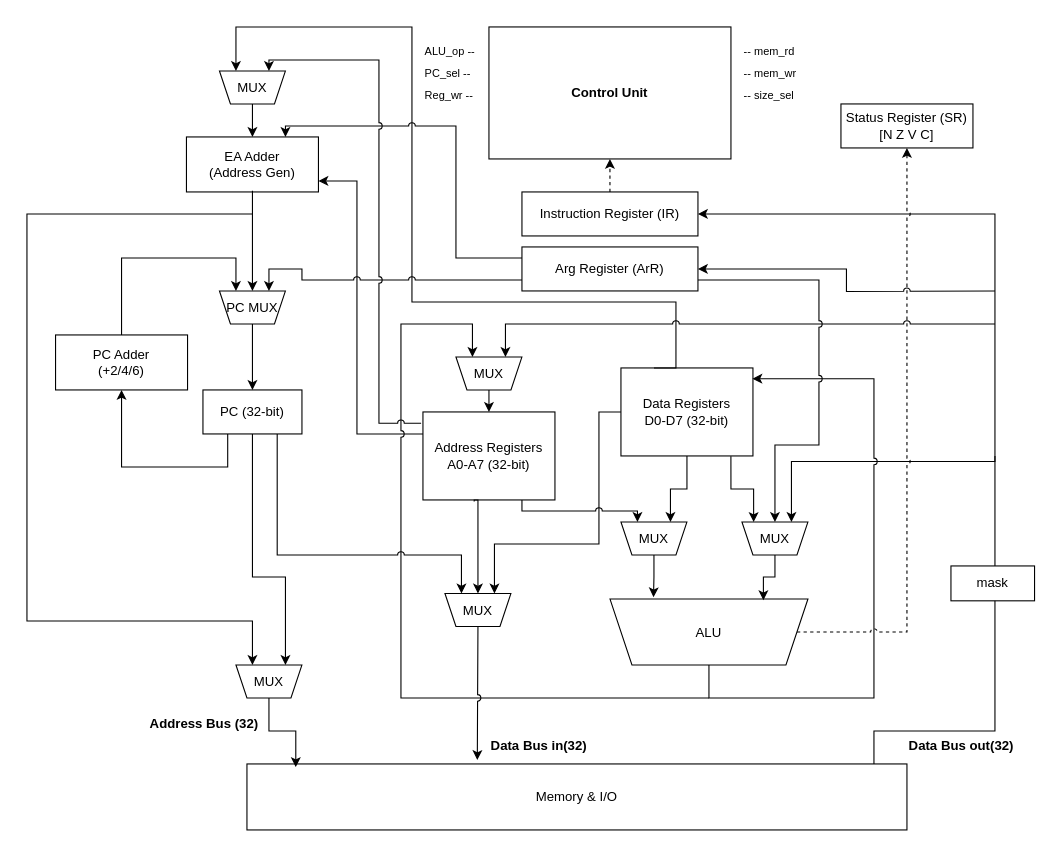
Above: ak_lab_3_5_new_2.drawio in Dmitry-Kuzmin456/ak_lab3_scheme (draw.io), before the change. Source tidied: cells renumbered, new cells numbered last; positions are measured from the earlier drawing's top-left corner, leaving out a move shared by most shapes. Both pictures are drawn from the tidied source at 110%, with x=0, y=0 at pixel (26, 26).
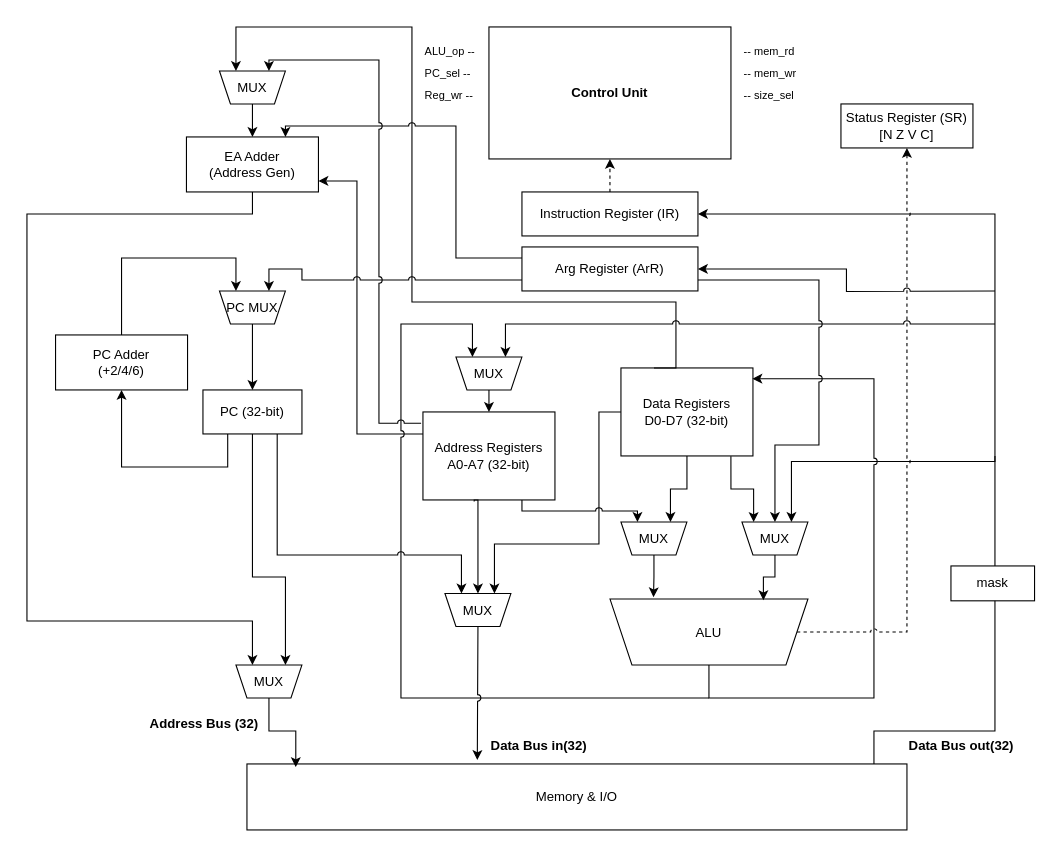
Above is the later version.

Unchanged cells that the change refers to:
```xml
<mxCell id="15" value="EA Adder&lt;br&gt;(Address Gen)" style="rounded=0;whiteSpace=wrap;html=1;" parent="1" vertex="1">
  <mxGeometry x="145" y="100" width="120" height="50" as="geometry" />
</mxCell>
<mxCell id="40" value="PC MUX" style="shape=trapezoid;perimeter=trapezoidPerimeter;fixedSize=1;size=10;direction=west;" parent="1" vertex="1">
  <mxGeometry x="175" y="240" width="60" height="30" as="geometry" />
</mxCell>
<mxCell id="41" value="MUX" style="shape=trapezoid;perimeter=trapezoidPerimeter;fixedSize=1;size=10;direction=west;" parent="1" vertex="1">
  <mxGeometry x="190" y="580" width="60" height="30" as="geometry" />
</mxCell>
```

What changed in the source:
```diff
@@
-    <mxCell id="24" style="edgeStyle=orthogonalEdgeStyle;rounded=0;html=1;entryX=0.75;entryY=1;strokeWidth=1;entryDx=0;entryDy=0;jumpStyle=arc;" parent="1" edge="1" target="41">
+    <mxCell id="24" style="edgeStyle=orthogonalEdgeStyle;rounded=0;html=1;entryX=0.75;entryY=1;strokeWidth=1;entryDx=0;entryDy=0;jumpStyle=arc;exitX=0.5;exitY=1;exitDx=0;exitDy=0;" parent="1" edge="1" source="15" target="41">
       <mxGeometry relative="1" as="geometry">
-        <mxPoint x="205" y="170" as="sourcePoint" />
         <Array as="points">
+          <mxPoint x="205" y="170" />
           <mxPoint y="170" />
           <mxPoint y="540" />
           <mxPoint x="205" y="540" />
         </Array>
       </mxGeometry>
     </mxCell>
-    <mxCell id="25" style="edgeStyle=orthogonalEdgeStyle;rounded=0;html=1;entryX=0.5;entryY=1;entryDx=0;entryDy=0;jumpStyle=arc;" parent="1" edge="1" target="40">
-      <mxGeometry relative="1" as="geometry">
-        <mxPoint x="205" y="149" as="sourcePoint" />
-        <Array as="points">
-          <mxPoint x="205" y="149" />
-        </Array>
-      </mxGeometry>
-    </mxCell>
```
